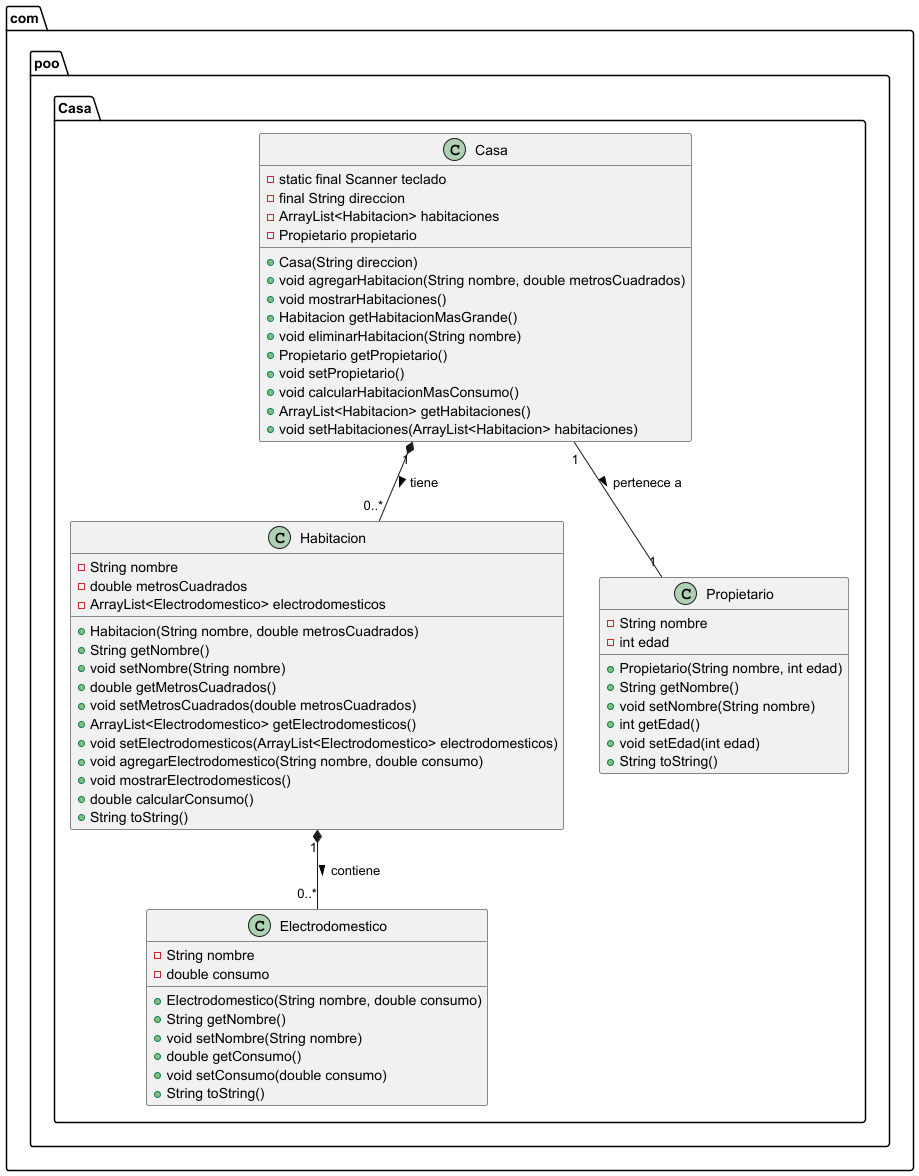
Above: src/main/java/com/poo/Casa/PlantUML/diagrama.png in fustran/Ejercicios_Ivan_Poo (PlantUML), before the change.
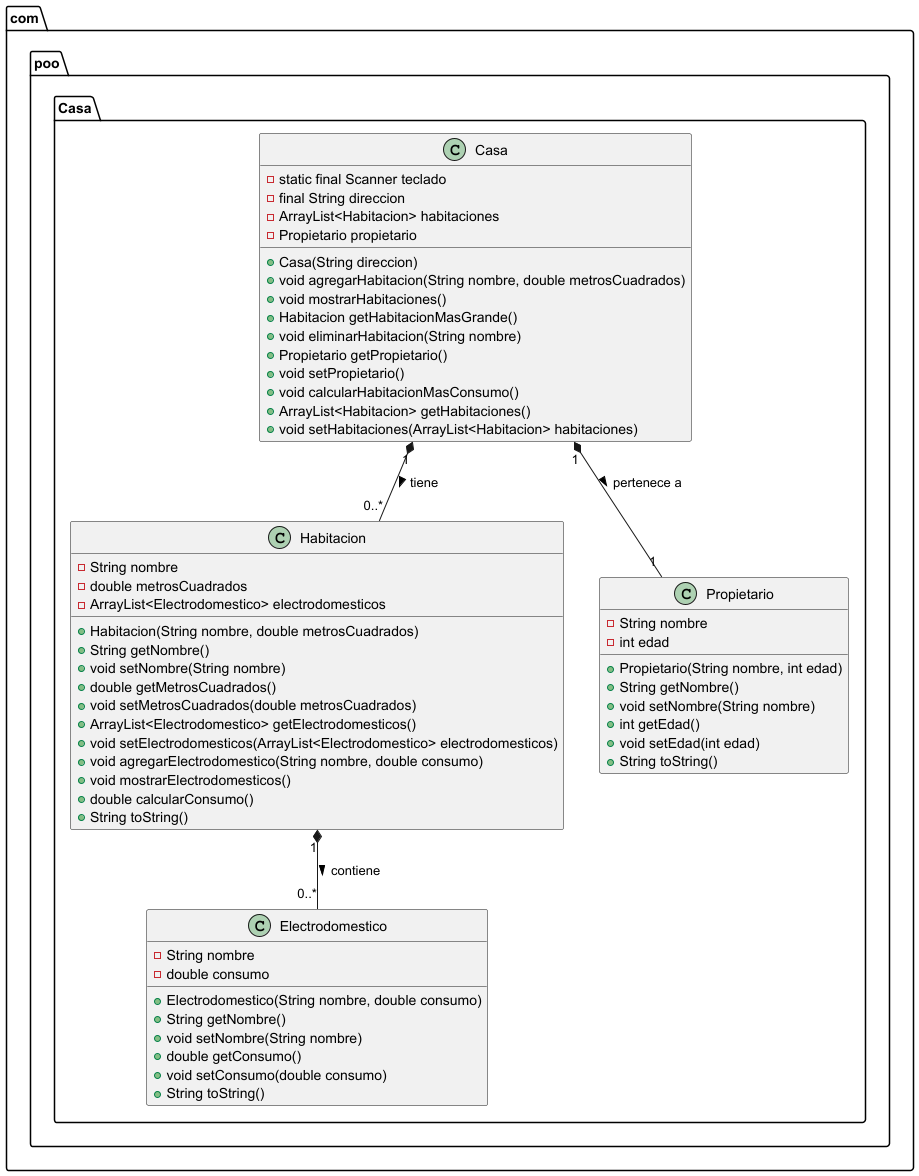
After the commit.

Diff of the diagram source:
```diff
@@ -59,6 +59,6 @@
 
     Casa "1" *-- "0..*" Habitacion : tiene >
     Habitacion "1" *-- "0..*" Electrodomestico : contiene >
-    Casa "1" -- "1" Propietario : pertenece a >
+    Casa "1" *-- "1" Propietario : pertenece a >
 }
 @enduml
```
